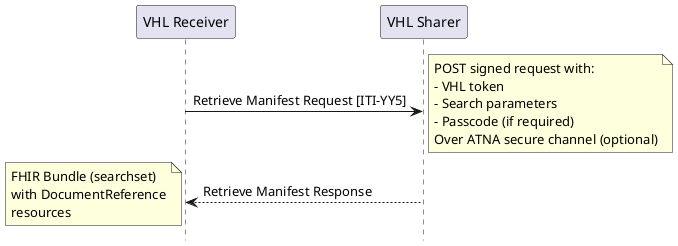
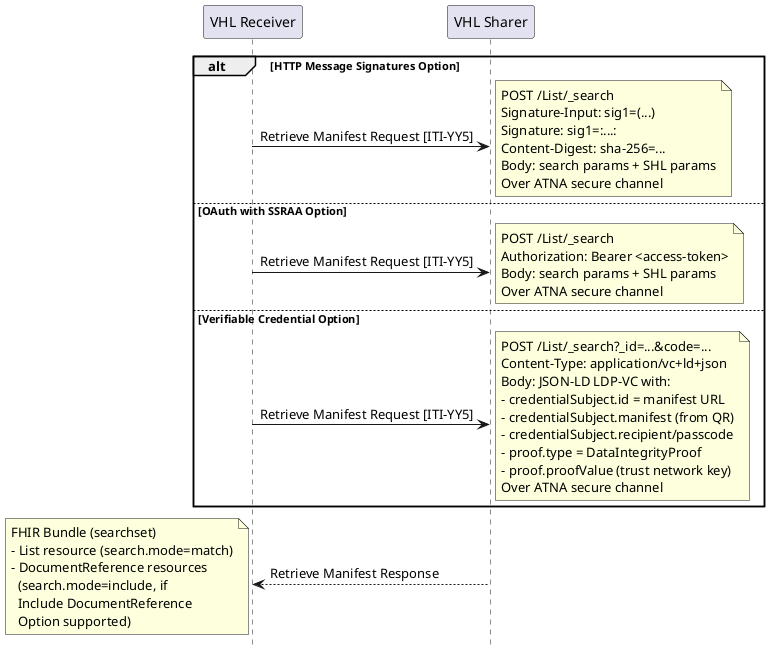
@startuml
skinparam svgDimensionStyle false
hide footbox

participant "VHL Receiver" as Receiver
participant "VHL Sharer" as Sharer

- Receiver -> Sharer: Retrieve Manifest Request [ITI-YY5]
- note right
-   POST signed request with:
-   - VHL token
-   - Search parameters
-   - Passcode (if required)
-   Over ATNA secure channel (optional)
- end note
+ alt HTTP Message Signatures Option
+   Receiver -> Sharer: Retrieve Manifest Request [ITI-YY5]
+   note right
+     POST /List/_search
+     Signature-Input: sig1=(...)
+     Signature: sig1=:...:
+     Content-Digest: sha-256=...
+     Body: search params + SHL params
+     Over ATNA secure channel
+   end note
+ else OAuth with SSRAA Option
+   Receiver -> Sharer: Retrieve Manifest Request [ITI-YY5]
+   note right
+     POST /List/_search
+     Authorization: Bearer <access-token>
+     Body: search params + SHL params
+     Over ATNA secure channel
+   end note
+ else Verifiable Credential Option
+   Receiver -> Sharer: Retrieve Manifest Request [ITI-YY5]
+   note right
+     POST /List/_search?_id=...&code=...
+     Content-Type: application/vc+ld+json
+     Body: JSON-LD LDP-VC with:
+     - credentialSubject.id = manifest URL
+     - credentialSubject.manifest (from QR)
+     - credentialSubject.recipient/passcode
+     - proof.type = DataIntegrityProof
+     - proof.proofValue (trust network key)
+     Over ATNA secure channel
+   end note
+ end

Sharer --> Receiver: Retrieve Manifest Response
note left
  FHIR Bundle (searchset)
-   with DocumentReference
-   resources
+   - List resource (search.mode=match)
+   - DocumentReference resources
+     (search.mode=include, if
+     Include DocumentReference
+     Option supported)
end note

@enduml
